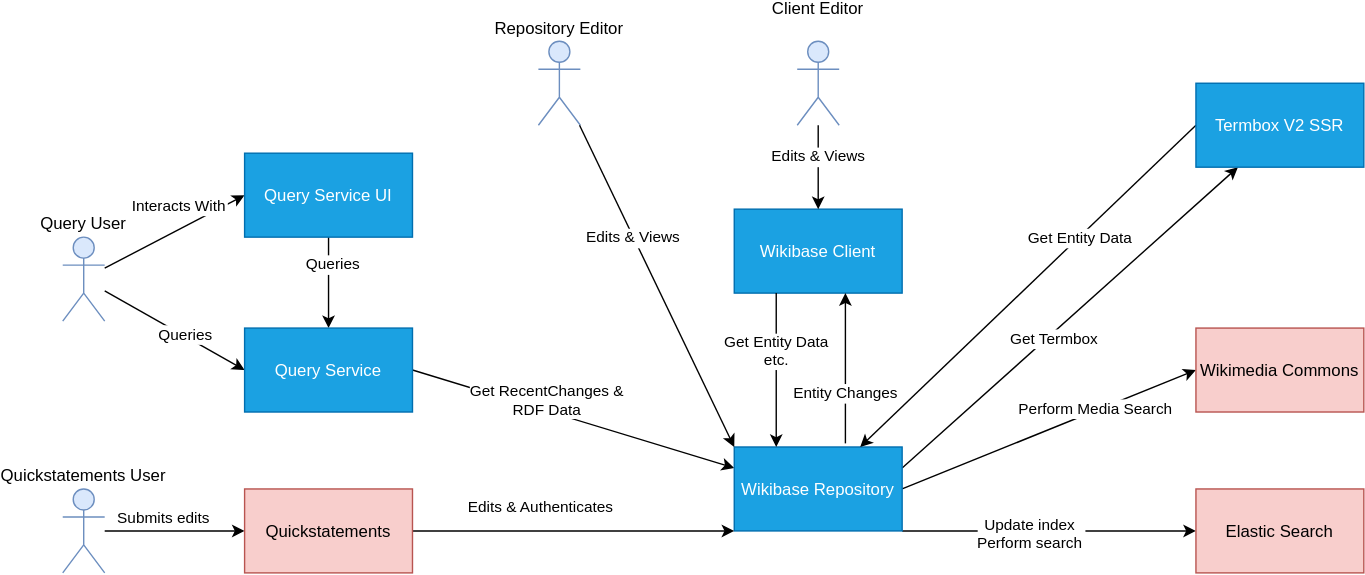
Earlier version of the draw.io export diagrams/03-business-context.drawio.svg (wmde/wikidata-wikibase-architecture). Source tidied: cells renumbered, new cells last; positions are measured from the earlier drawing's top-left corner, leaving out a move shared by most shapes.
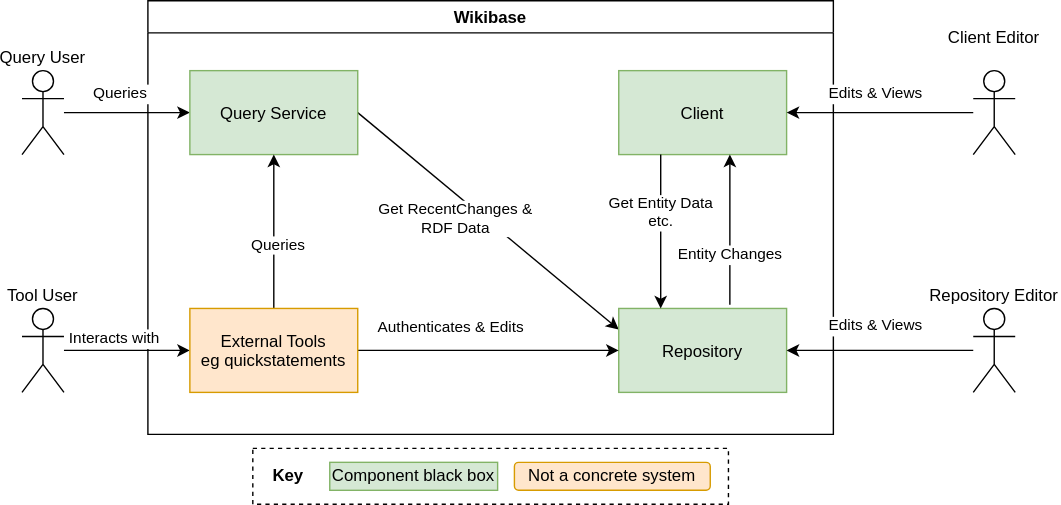
Later version of the same file.

The edit, as a diff of the source:
```diff
@@ -2,48 +2,34 @@
   <root>
     <mxCell id="0" />
     <mxCell id="1" parent="0" />
+    <mxCell id="42" value="Wikibase" style="swimlane;align=center;swimlaneLine=1;shadow=0;swimlaneFillColor=#ffffff;" parent="1" vertex="1">
+      <mxGeometry x="210" y="70" width="490" height="310" as="geometry" />
+    </mxCell>
-    <mxCell id="2" value="Client Editor&#10;" style="shape=umlActor;verticalLabelPosition=top;verticalAlign=bottom;outlineConnect=0;fillColor=#dae8fc;strokeColor=#6c8ebf;labelPosition=center;align=center;" parent="1" vertex="1">
-      <mxGeometry x="525" width="30" height="60" as="geometry" />
+    <mxCell id="2" value="Client Editor&#10;" style="shape=umlActor;verticalLabelPosition=top;verticalAlign=bottom;outlineConnect=0;labelPosition=center;align=center;" parent="1" vertex="1">
+      <mxGeometry x="800" y="120" width="30" height="60" as="geometry" />
     </mxCell>
     <mxCell id="3" style="edgeStyle=orthogonalEdgeStyle;rounded=0;jettySize=auto;html=1;" parent="1" edge="1" source="5" target="29">
       <mxGeometry relative="1" as="geometry" />
     </mxCell>
-    <mxCell id="4" value="Submits edits" style="edgeLabel;align=center;verticalAlign=middle;" parent="3" vertex="1">
+    <mxCell id="4" value="Interacts with" style="edgeLabel;align=center;verticalAlign=middle;" parent="3" vertex="1">
       <mxGeometry x="0.12" y="-1" relative="1" as="geometry">
         <mxPoint x="-14.1" y="-11" as="offset" />
       </mxGeometry>
     </mxCell>
-    <mxCell id="5" value="Quickstatements User" style="shape=umlActor;verticalLabelPosition=top;verticalAlign=bottom;outlineConnect=0;fillColor=#dae8fc;strokeColor=#6c8ebf;labelPosition=center;align=center;" parent="1" vertex="1">
-      <mxGeometry y="320" width="30" height="60" as="geometry" />
+    <mxCell id="5" value="Tool User" style="shape=umlActor;verticalLabelPosition=top;verticalAlign=bottom;outlineConnect=0;labelPosition=center;align=center;" parent="1" vertex="1">
+      <mxGeometry x="120" y="290" width="30" height="60" as="geometry" />
     </mxCell>
-    <mxCell id="6" style="rounded=0;jettySize=auto;html=1;entryX=0;entryY=0.5;entryDx=0;entryDy=0;" parent="1" edge="1" source="10" target="13">
-      <mxGeometry relative="1" as="geometry" />
-    </mxCell>
-    <mxCell id="7" value="Interacts With" style="edgeLabel;align=center;verticalAlign=middle;" parent="6" vertex="1">
-      <mxGeometry x="0.24" y="2" relative="1" as="geometry">
-        <mxPoint x="-8.3" y="-11.1" as="offset" />
-      </mxGeometry>
-    </mxCell>
     <mxCell id="8" style="rounded=0;jettySize=auto;html=1;entryX=0;entryY=0.5;entryDx=0;entryDy=0;" parent="1" edge="1" source="10" target="16">
       <mxGeometry relative="1" as="geometry" />
     </mxCell>
     <mxCell id="9" value="Queries" style="edgeLabel;align=center;verticalAlign=middle;" parent="8" vertex="1">
-      <mxGeometry x="0.14" y="2" relative="1" as="geometry" />
+      <mxGeometry x="0.14" y="2" relative="1" as="geometry">
+        <mxPoint x="-11" y="-13" as="offset" />
+      </mxGeometry>
     </mxCell>
-    <mxCell id="10" value="Query User" style="shape=umlActor;verticalLabelPosition=top;verticalAlign=bottom;outlineConnect=0;fillColor=#dae8fc;strokeColor=#6c8ebf;labelPosition=center;align=center;" parent="1" vertex="1">
-      <mxGeometry y="140" width="30" height="60" as="geometry" />
+    <mxCell id="10" value="Query User" style="shape=umlActor;verticalLabelPosition=top;verticalAlign=bottom;outlineConnect=0;labelPosition=center;align=center;" parent="1" vertex="1">
+      <mxGeometry x="120" y="120" width="30" height="60" as="geometry" />
     </mxCell>
-    <mxCell id="11" style="rounded=0;jettySize=auto;html=1;entryX=0.5;entryY=0;entryDx=0;entryDy=0;" parent="1" edge="1" source="13" target="16">
-      <mxGeometry relative="1" as="geometry" />
-    </mxCell>
-    <mxCell id="12" value="Queries" style="edgeLabel;align=center;verticalAlign=middle;" parent="11" vertex="1">
-      <mxGeometry x="-0.29" y="3" relative="1" as="geometry">
-        <mxPoint y="-5" as="offset" />
-      </mxGeometry>
-    </mxCell>
-    <mxCell id="13" value="Query Service UI" style="rounded=0;fillColor=#1ba1e2;strokeColor=#006EAF;fontColor=#ffffff;" parent="1" vertex="1">
-      <mxGeometry x="130" y="80" width="120" height="60" as="geometry" />
-    </mxCell>
     <mxCell id="14" style="rounded=0;jettySize=auto;html=1;entryX=0;entryY=0.25;entryDx=0;entryDy=0;exitX=1;exitY=0.5;exitDx=0;exitDy=0;" parent="1" edge="1" source="16" target="23">
       <mxGeometry relative="1" as="geometry" />
     </mxCell>
@@ -52,77 +38,50 @@
         <mxPoint x="-49.7" y="-19.3" as="offset" />
       </mxGeometry>
     </mxCell>
-    <mxCell id="16" value="Query Service" style="rounded=0;fillColor=#1ba1e2;strokeColor=#006EAF;fontColor=#ffffff;" parent="1" vertex="1">
-      <mxGeometry x="130" y="205" width="120" height="60" as="geometry" />
+    <mxCell id="16" value="Query Service" style="rounded=0;fillColor=#d5e8d4;strokeColor=#82b366;" parent="1" vertex="1">
+      <mxGeometry x="240" y="120" width="120" height="60" as="geometry" />
     </mxCell>
-    <mxCell id="17" style="edgeStyle=none;rounded=0;jettySize=auto;html=1;entryX=0.25;entryY=1;entryDx=0;entryDy=0;exitX=1;exitY=0.25;exitDx=0;exitDy=0;" parent="1" edge="1" source="23" target="26">
-      <mxGeometry relative="1" as="geometry" />
-    </mxCell>
-    <mxCell id="18" value="Get Termbox" style="edgeLabel;align=center;verticalAlign=middle;" parent="17" vertex="1">
-      <mxGeometry x="-0.11" y="-3" relative="1" as="geometry" />
-    </mxCell>
-    <mxCell id="19" style="edgeStyle=none;rounded=0;jettySize=auto;html=1;exitX=1;exitY=1;exitDx=0;exitDy=0;" parent="1" edge="1" source="23" target="31">
-      <mxGeometry relative="1" as="geometry" />
-    </mxCell>
-    <mxCell id="20" value="Update index&#10;Perform search" style="edgeLabel;align=center;verticalAlign=middle;" parent="19" vertex="1">
-      <mxGeometry x="-0.35" y="-1" relative="1" as="geometry">
-        <mxPoint x="22" as="offset" />
-      </mxGeometry>
-    </mxCell>
-    <mxCell id="21" style="edgeStyle=none;rounded=0;jettySize=auto;html=1;exitX=1;exitY=0.5;exitDx=0;exitDy=0;entryX=0;entryY=0.5;entryDx=0;entryDy=0;" parent="1" edge="1" source="23" target="30">
-      <mxGeometry relative="1" as="geometry" />
-    </mxCell>
-    <mxCell id="22" value="Perform Media Search" style="edgeLabel;align=center;verticalAlign=middle;" parent="21" vertex="1">
-      <mxGeometry x="0.26" y="-4" relative="1" as="geometry">
-        <mxPoint x="4" y="-8.3" as="offset" />
-      </mxGeometry>
-    </mxCell>
-    <mxCell id="23" value="Wikibase Repository" style="rounded=0;fillColor=#1ba1e2;strokeColor=#006EAF;fontColor=#ffffff;" parent="1" vertex="1">
-      <mxGeometry x="480" y="290" width="120" height="60" as="geometry" />
+    <mxCell id="23" value="Repository" style="rounded=0;fillColor=#d5e8d4;strokeColor=#82b366;" parent="1" vertex="1">
+      <mxGeometry x="546.6" y="290" width="120" height="60" as="geometry" />
     </mxCell>
-    <mxCell id="24" style="rounded=0;jettySize=auto;html=1;entryX=0.75;entryY=0;entryDx=0;entryDy=0;exitX=0;exitY=0.5;exitDx=0;exitDy=0;" parent="1" edge="1" source="26" target="23">
-      <mxGeometry relative="1" as="geometry" />
-    </mxCell>
-    <mxCell id="25" value="Get Entity Data" style="edgeLabel;align=center;verticalAlign=middle;" parent="24" vertex="1">
-      <mxGeometry x="-0.31" relative="1" as="geometry" />
-    </mxCell>
-    <mxCell id="26" value="Termbox V2 SSR" style="rounded=0;fillColor=#1ba1e2;strokeColor=#006EAF;fontColor=#ffffff;" parent="1" vertex="1">
-      <mxGeometry x="810" y="30" width="120" height="60" as="geometry" />
-    </mxCell>
-    <mxCell id="27" style="rounded=0;jettySize=auto;html=1;entryX=0;entryY=1;entryDx=0;entryDy=0;" parent="1" edge="1" source="29" target="23">
+    <mxCell id="27" style="rounded=0;jettySize=auto;html=1;entryX=0;entryY=0.5;entryDx=0;entryDy=0;" parent="1" edge="1" source="29" target="23">
       <mxGeometry relative="1" as="geometry" />
     </mxCell>
-    <mxCell id="28" value="Edits &amp; Authenticates" style="edgeLabel;align=center;verticalAlign=middle;rotation=0;" parent="27" vertex="1">
+    <mxCell id="28" value="Authenticates &amp; Edits" style="edgeLabel;align=center;verticalAlign=middle;rotation=0;" parent="27" vertex="1">
       <mxGeometry x="0.12" y="5" relative="1" as="geometry">
         <mxPoint x="-37.6" y="-12.7" as="offset" />
       </mxGeometry>
     </mxCell>
+    <mxCell id="43" style="edgeStyle=orthogonalEdgeStyle;rounded=0;jettySize=auto;html=1;entryX=0.5;entryY=1;entryDx=0;entryDy=0;" parent="1" edge="1" source="29" target="16">
+      <mxGeometry relative="1" as="geometry" />
+    </mxCell>
+    <mxCell id="12" value="Queries" style="edgeLabel;html=1;align=center;verticalAlign=middle;" parent="43" vertex="1">
+      <mxGeometry x="-0.17" y="-2" relative="1" as="geometry" />
+    </mxCell>
-    <mxCell id="29" value="Quickstatements" style="rounded=0;fillColor=#f8cecc;strokeColor=#b85450;" parent="1" vertex="1">
-      <mxGeometry x="130" y="320" width="120" height="60" as="geometry" />
+    <mxCell id="29" value="External Tools&#10;eg quickstatements" style="rounded=0;fillColor=#ffe6cc;strokeColor=#d79b00;" parent="1" vertex="1">
+      <mxGeometry x="240" y="290" width="120" height="60" as="geometry" />
     </mxCell>
-    <mxCell id="30" value="Wikimedia Commons" style="rounded=0;fillColor=#f8cecc;strokeColor=#b85450;" parent="1" vertex="1">
-      <mxGeometry x="810" y="205" width="120" height="60" as="geometry" />
-    </mxCell>
-    <mxCell id="31" value="Elastic Search" style="rounded=0;fillColor=#f8cecc;strokeColor=#b85450;" parent="1" vertex="1">
-      <mxGeometry x="810" y="320" width="120" height="60" as="geometry" />
-    </mxCell>
-    <mxCell id="32" value="Wikibase Client" style="rounded=0;fillColor=#1ba1e2;strokeColor=#006EAF;fontColor=#ffffff;" parent="1" vertex="1">
-      <mxGeometry x="480" y="120" width="120" height="60" as="geometry" />
+    <mxCell id="32" value="Client" style="rounded=0;fillColor=#d5e8d4;strokeColor=#82b366;" parent="1" vertex="1">
+      <mxGeometry x="546.6" y="120" width="120" height="60" as="geometry" />
     </mxCell>
-    <mxCell id="33" value="Repository Editor" style="shape=umlActor;verticalLabelPosition=top;verticalAlign=bottom;outlineConnect=0;fillColor=#dae8fc;strokeColor=#6c8ebf;labelPosition=center;align=center;" parent="1" vertex="1">
-      <mxGeometry x="340" width="30" height="60" as="geometry" />
+    <mxCell id="33" value="Repository Editor" style="shape=umlActor;verticalLabelPosition=top;verticalAlign=bottom;outlineConnect=0;labelPosition=center;align=center;" parent="1" vertex="1">
+      <mxGeometry x="800" y="290" width="30" height="60" as="geometry" />
     </mxCell>
-    <mxCell id="34" style="rounded=0;jettySize=auto;html=1;entryX=0;entryY=0;entryDx=0;entryDy=0;" parent="1" edge="1" source="33" target="23">
+    <mxCell id="34" style="rounded=0;jettySize=auto;html=1;entryX=1;entryY=0.5;entryDx=0;entryDy=0;" parent="1" edge="1" source="33" target="23">
       <mxGeometry relative="1" as="geometry" />
     </mxCell>
     <mxCell id="35" value="Edits &amp; Views" style="edgeLabel;align=center;verticalAlign=middle;" parent="34" vertex="1">
-      <mxGeometry x="-0.31" relative="1" as="geometry" />
+      <mxGeometry x="-0.31" relative="1" as="geometry">
+        <mxPoint x="-24" y="-19" as="offset" />
+      </mxGeometry>
     </mxCell>
-    <mxCell id="36" style="rounded=0;jettySize=auto;html=1;entryX=0.5;entryY=0;entryDx=0;entryDy=0;" parent="1" edge="1" source="2" target="32">
+    <mxCell id="36" style="rounded=0;jettySize=auto;html=1;entryX=1;entryY=0.5;entryDx=0;entryDy=0;" parent="1" edge="1" source="2" target="32">
       <mxGeometry relative="1" as="geometry" />
     </mxCell>
     <mxCell id="37" value="Edits &amp; Views" style="edgeLabel;align=center;verticalAlign=middle;" parent="36" vertex="1">
-      <mxGeometry x="-0.31" relative="1" as="geometry" />
+      <mxGeometry x="-0.31" relative="1" as="geometry">
+        <mxPoint x="-24" y="-15" as="offset" />
+      </mxGeometry>
     </mxCell>
     <mxCell id="38" style="rounded=0;jettySize=auto;html=1;entryX=0.25;entryY=0;entryDx=0;entryDy=0;exitX=0.25;exitY=1;exitDx=0;exitDy=0;" parent="1" edge="1" source="32" target="23">
       <mxGeometry relative="1" as="geometry" />
@@ -138,5 +97,17 @@
     <mxCell id="41" value="Entity Changes" style="edgeLabel;align=center;verticalAlign=middle;" parent="40" vertex="1">
       <mxGeometry x="-0.31" relative="1" as="geometry" />
     </mxCell>
+    <mxCell id="44" style="rounded=0;whiteSpace=wrap;html=1;fillColor=none;dashed=1;" parent="1" vertex="1">
+      <mxGeometry x="285" y="390" width="340" height="40" as="geometry" />
+    </mxCell>
+    <mxCell id="45" value="&lt;b&gt;Key&lt;/b&gt;" style="text;html=1;align=center;verticalAlign=middle;strokeColor=none;" parent="1" vertex="1">
+      <mxGeometry x="290" y="400" width="40" height="20" as="geometry" />
+    </mxCell>
+    <mxCell id="46" value="Component black box" style="rounded=0;whiteSpace=wrap;html=1;align=center;fillColor=#d5e8d4;strokeColor=#82b366;" parent="1" vertex="1">
+      <mxGeometry x="340" y="400" width="120" height="20" as="geometry" />
+    </mxCell>
+    <mxCell id="47" value="Not a concrete system" style="rounded=1;whiteSpace=wrap;html=1;align=center;fillColor=#ffe6cc;strokeColor=#d79b00;" parent="1" vertex="1">
+      <mxGeometry x="472" y="400" width="140" height="20" as="geometry" />
+    </mxCell>
   </root>
 </mxGraphModel>
```
